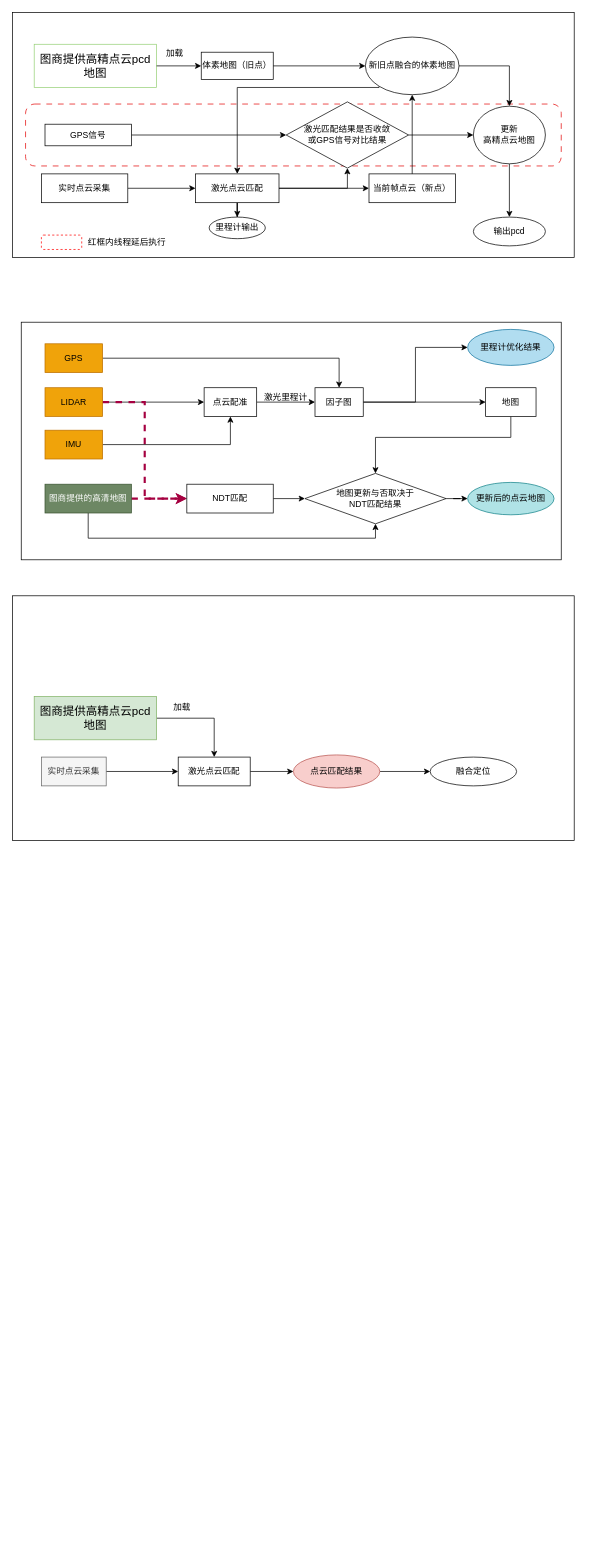
567lxd/daily_work keeps this draw.io diagram as 点云地图更新.drawio. Above is the earlier version. Source tidied: cells renumbered, new cells numbered last; positions are measured from the earlier drawing's top-left corner, leaving out a move shared by most shapes. Both pictures are drawn from the tidied source at 72%, with x=0, y=0 at pixel (12, 12).
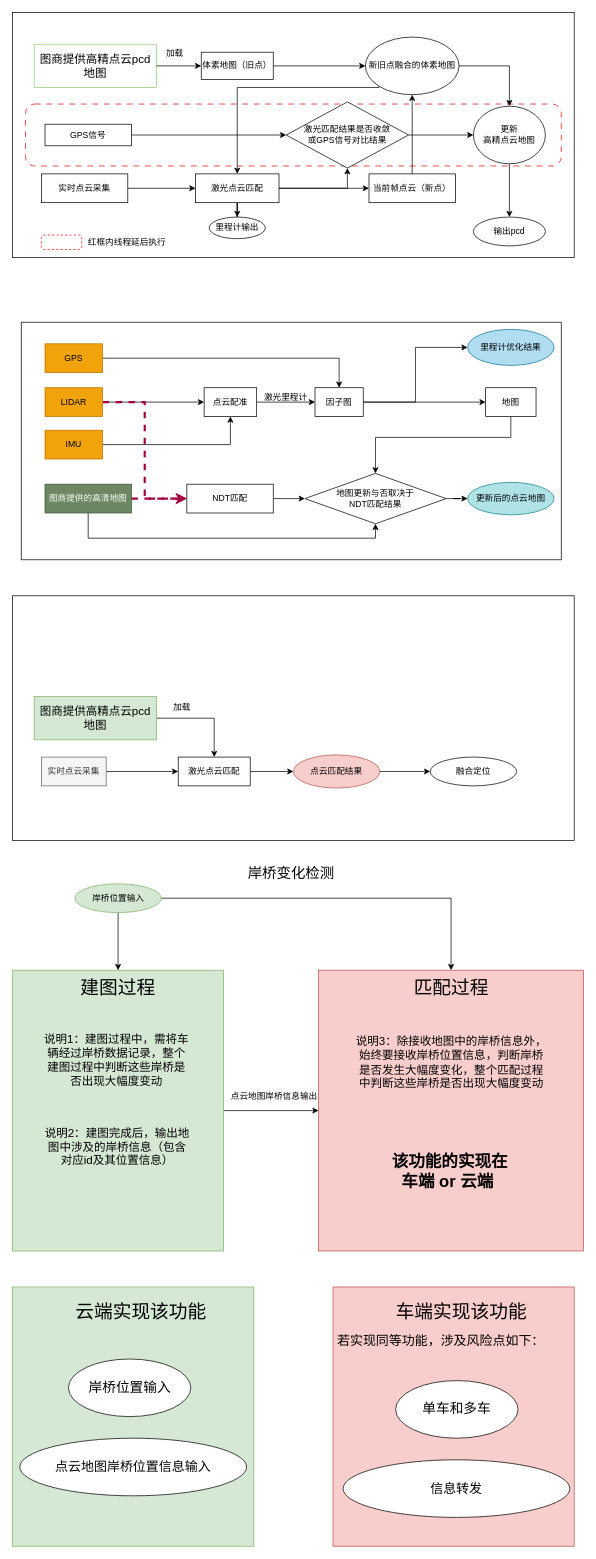
After the change.

Commit message:
更新点云地图更新.drawio

Change to the diagram source:
```diff
@@
+    <mxCell id="66" value="岸桥变化检测" style="text;html=1;align=center;verticalAlign=middle;whiteSpace=wrap;rounded=0;fontSize=20;" parent="1" vertex="1">
+      <mxGeometry x="317" y="1180" width="140" height="30" as="geometry" />
+    </mxCell>
+    <mxCell id="67" style="edgeStyle=orthogonalEdgeStyle;rounded=0;jettySize=auto;html=1;exitX=1;exitY=0.5;exitDx=0;exitDy=0;entryX=0;entryY=0.5;entryDx=0;entryDy=0;" parent="1" edge="1" source="68" target="69">
+      <mxGeometry relative="1" as="geometry" />
+    </mxCell>
+    <mxCell id="68" style="rounded=0;whiteSpace=wrap;html=1;fillColor=#d5e8d4;strokeColor=#82b366;" parent="1" vertex="1">
+      <mxGeometry y="1330" width="293" height="390" as="geometry" />
+    </mxCell>
+    <mxCell id="69" style="rounded=0;whiteSpace=wrap;html=1;fillColor=#f8cecc;strokeColor=#b85450;" parent="1" vertex="1">
+      <mxGeometry x="425" y="1330" width="368" height="390" as="geometry" />
+    </mxCell>
+    <mxCell id="70" style="edgeStyle=orthogonalEdgeStyle;rounded=0;jettySize=auto;html=1;entryX=0.5;entryY=0;entryDx=0;entryDy=0;" parent="1" edge="1" source="72" target="68">
+      <mxGeometry relative="1" as="geometry" />
+    </mxCell>
+    <mxCell id="71" style="edgeStyle=orthogonalEdgeStyle;rounded=0;jettySize=auto;html=1;exitX=1;exitY=0.5;exitDx=0;exitDy=0;entryX=0.5;entryY=0;entryDx=0;entryDy=0;" parent="1" edge="1" source="72" target="69">
+      <mxGeometry relative="1" as="geometry" />
+    </mxCell>
+    <mxCell id="72" value="岸桥位置输入" style="ellipse;whiteSpace=wrap;html=1;fillColor=#d5e8d4;strokeColor=#82b366;" parent="1" vertex="1">
+      <mxGeometry x="86.5" y="1210" width="120" height="40" as="geometry" />
+    </mxCell>
+    <mxCell id="73" value="建图过程" style="text;html=1;align=center;verticalAlign=middle;whiteSpace=wrap;rounded=0;fontSize=26;" parent="1" vertex="1">
+      <mxGeometry x="72.2" y="1340" width="148.5" height="30" as="geometry" />
+    </mxCell>
+    <mxCell id="74" value="匹配过程" style="text;html=1;align=center;verticalAlign=middle;whiteSpace=wrap;rounded=0;fontSize=26;" parent="1" vertex="1">
+      <mxGeometry x="551.5" y="1340" width="115" height="30" as="geometry" />
+    </mxCell>
+    <mxCell id="75" value="说明1：建图过程中，需将车辆经过岸桥数据记录，整个建图过程中判断这些岸桥是否出现大幅度变动" style="text;html=1;align=center;verticalAlign=middle;whiteSpace=wrap;rounded=0;fontSize=16;" parent="1" vertex="1">
+      <mxGeometry x="40" y="1400" width="209" height="110" as="geometry" />
+    </mxCell>
+    <mxCell id="76" value="说明2：建图完成后，输出地图中涉及的岸桥信息（包含对应id及其位置信息）" style="text;html=1;align=center;verticalAlign=middle;whiteSpace=wrap;rounded=0;fontSize=16;" parent="1" vertex="1">
+      <mxGeometry x="41" y="1520" width="209" height="110" as="geometry" />
+    </mxCell>
+    <mxCell id="77" value="点云地图岸桥信息输出" style="text;html=1;align=center;verticalAlign=middle;strokeColor=none;fillColor=none;" parent="1" vertex="1">
+      <mxGeometry x="293" y="1490" width="140" height="30" as="geometry" />
+    </mxCell>
+    <mxCell id="78" value="说明3：除接收地图中的岸桥信息外，始终要接收岸桥位置信息，判断岸桥是否发生大幅度变化，整个匹配过程中判断这些岸桥是否出现大幅度变动" style="text;html=1;align=center;verticalAlign=middle;whiteSpace=wrap;rounded=0;fontSize=16;" parent="1" vertex="1">
+      <mxGeometry x="473.8" y="1385" width="270.5" height="145" as="geometry" />
+    </mxCell>
+    <mxCell id="79" value="&lt;b&gt;该功能的实现在车端 or 云端&amp;nbsp;&lt;/b&gt;" style="text;html=1;align=center;verticalAlign=middle;whiteSpace=wrap;rounded=0;fontSize=23;" parent="1" vertex="1">
+      <mxGeometry x="515" y="1580" width="185" height="60" as="geometry" />
+    </mxCell>
+    <mxCell id="80" style="rounded=0;whiteSpace=wrap;html=1;fillColor=#d5e8d4;strokeColor=#82b366;" parent="1" vertex="1">
+      <mxGeometry y="1770" width="335" height="360" as="geometry" />
+    </mxCell>
+    <mxCell id="81" value="云端实现该功能" style="text;html=1;align=center;verticalAlign=middle;whiteSpace=wrap;rounded=0;fontSize=26;" parent="1" vertex="1">
+      <mxGeometry x="75" y="1790" width="207" height="30" as="geometry" />
+    </mxCell>
+    <mxCell id="82" value="岸桥位置输入" style="ellipse;whiteSpace=wrap;html=1;fontSize=19;" parent="1" vertex="1">
+      <mxGeometry x="77.5" y="1870" width="170" height="80" as="geometry" />
+    </mxCell>
+    <mxCell id="83" value="&lt;font style=&quot;font-size: 18px;&quot;&gt;点云地图岸桥位置信息输入&lt;/font&gt;" style="ellipse;whiteSpace=wrap;html=1;" parent="1" vertex="1">
+      <mxGeometry x="10" y="1980" width="315" height="80" as="geometry" />
+    </mxCell>
+    <mxCell id="84" style="rounded=0;whiteSpace=wrap;html=1;fillColor=#f8cecc;strokeColor=#b85450;" parent="1" vertex="1">
+      <mxGeometry x="445" y="1770" width="335" height="360" as="geometry" />
+    </mxCell>
+    <mxCell id="85" value="车端实现该功能" style="text;html=1;align=center;verticalAlign=middle;whiteSpace=wrap;rounded=0;fontSize=26;" parent="1" vertex="1">
+      <mxGeometry x="520" y="1790" width="207" height="30" as="geometry" />
+    </mxCell>
+    <mxCell id="86" value="单车和多车" style="ellipse;whiteSpace=wrap;html=1;fontSize=19;" parent="1" vertex="1">
+      <mxGeometry x="532" y="1900" width="170" height="80" as="geometry" />
+    </mxCell>
+    <mxCell id="87" value="&lt;span style=&quot;font-size: 18px;&quot;&gt;信息转发&lt;/span&gt;" style="ellipse;whiteSpace=wrap;html=1;" parent="1" vertex="1">
+      <mxGeometry x="459" y="2010" width="315" height="80" as="geometry" />
+    </mxCell>
+    <mxCell id="88" value="&lt;font style=&quot;font-size: 18px;&quot;&gt;若实现同等功能，涉及风险点如下：&lt;/font&gt;" style="text;html=1;align=center;verticalAlign=middle;whiteSpace=wrap;rounded=0;" parent="1" vertex="1">
+      <mxGeometry x="429" y="1830" width="331.5" height="30" as="geometry" />
+    </mxCell>
```
